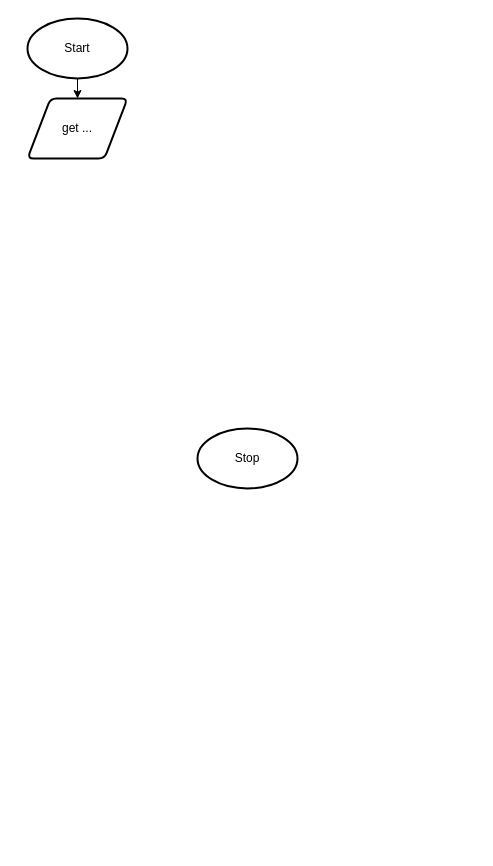
The draw.io diagram drawio/flowchart/flowchart.drawio in Aidan-Lalonde-Novales/ICS3U-Unit4-04-Python, before the edit. Source tidied: cells renumbered, new cells numbered last; positions are measured from the earlier drawing's top-left corner, leaving out a move shared by most shapes. Both pictures are drawn from the tidied source at 100%, with x=0, y=0 at pixel (27, 18).
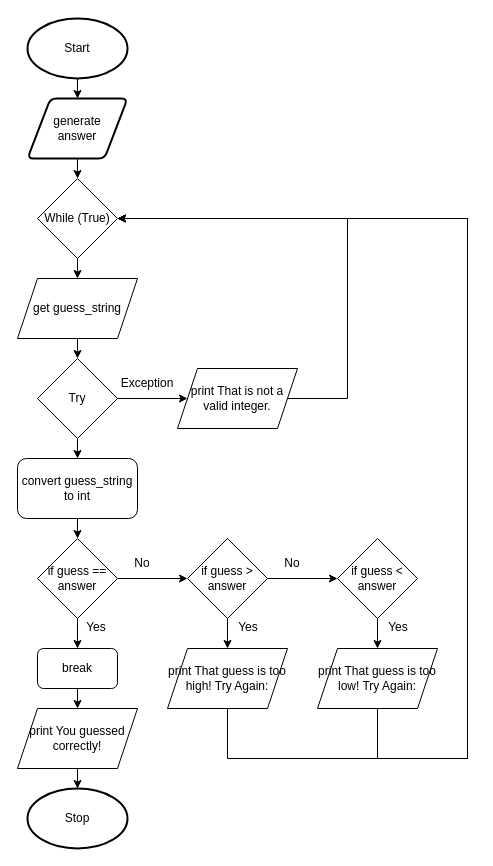
After the change.

Commit message (it also covers changes not shown here):
my work ethic is leaving me terrified

The edit, as a diff of the source:
```diff
@@
+    <mxCell id="6" style="edgeStyle=none;html=1;exitX=0.5;exitY=1;exitDx=0;exitDy=0;" parent="1" edge="1" source="4">
+      <mxGeometry relative="1" as="geometry">
+        <mxPoint x="50" y="160" as="targetPoint" />
+      </mxGeometry>
+    </mxCell>
-    <mxCell id="4" value="get ..." style="shape=parallelogram;html=1;strokeWidth=2;perimeter=parallelogramPerimeter;whiteSpace=wrap;rounded=1;arcSize=12;size=0.23;" parent="1" vertex="1">
+    <mxCell id="4" value="generate &lt;br&gt;answer" style="shape=parallelogram;html=1;strokeWidth=2;perimeter=parallelogramPerimeter;whiteSpace=wrap;rounded=1;arcSize=12;size=0.23;" parent="1" vertex="1">
       <mxGeometry y="80" width="100" height="60" as="geometry" />
     </mxCell>
     <mxCell id="5" value="Stop" style="strokeWidth=2;html=1;shape=mxgraph.flowchart.start_1;whiteSpace=wrap;" parent="1" vertex="1">
-      <mxGeometry x="170" y="410" width="100" height="60" as="geometry" />
+      <mxGeometry y="770" width="100" height="60" as="geometry" />
     </mxCell>
+    <mxCell id="7" style="edgeStyle=none;html=1;exitX=0.5;exitY=1;exitDx=0;exitDy=0;entryX=0.5;entryY=0;entryDx=0;entryDy=0;" parent="1" edge="1" source="8" target="13">
+      <mxGeometry relative="1" as="geometry" />
+    </mxCell>
+    <mxCell id="8" value="While (True)" style="rhombus;whiteSpace=wrap;html=1;" parent="1" vertex="1">
+      <mxGeometry x="10" y="160" width="80" height="80" as="geometry" />
+    </mxCell>
+    <mxCell id="9" style="edgeStyle=none;html=1;exitX=1;exitY=0.5;exitDx=0;exitDy=0;entryX=0;entryY=0.5;entryDx=0;entryDy=0;" parent="1" edge="1" source="11" target="15">
+      <mxGeometry relative="1" as="geometry" />
+    </mxCell>
+    <mxCell id="10" style="edgeStyle=none;rounded=0;html=1;exitX=0.5;exitY=1;exitDx=0;exitDy=0;entryX=0.5;entryY=0;entryDx=0;entryDy=0;" parent="1" edge="1" source="11" target="17">
+      <mxGeometry relative="1" as="geometry" />
+    </mxCell>
+    <mxCell id="11" value="Try" style="rhombus;whiteSpace=wrap;html=1;" parent="1" vertex="1">
+      <mxGeometry x="10" y="340" width="80" height="80" as="geometry" />
+    </mxCell>
+    <mxCell id="12" style="edgeStyle=none;html=1;exitX=0.5;exitY=1;exitDx=0;exitDy=0;entryX=0.5;entryY=0;entryDx=0;entryDy=0;" parent="1" edge="1" source="13" target="11">
+      <mxGeometry relative="1" as="geometry" />
+    </mxCell>
+    <mxCell id="13" value="get guess_string" style="shape=parallelogram;perimeter=parallelogramPerimeter;whiteSpace=wrap;html=1;fixedSize=1;" parent="1" vertex="1">
+      <mxGeometry x="-10" y="260" width="120" height="60" as="geometry" />
+    </mxCell>
+    <mxCell id="14" style="edgeStyle=none;html=1;exitX=1;exitY=0.5;exitDx=0;exitDy=0;entryX=1;entryY=0.5;entryDx=0;entryDy=0;rounded=0;" parent="1" edge="1" source="15" target="8">
+      <mxGeometry relative="1" as="geometry">
+        <Array as="points">
+          <mxPoint x="320" y="380" />
+          <mxPoint x="320" y="200" />
+        </Array>
+      </mxGeometry>
+    </mxCell>
+    <mxCell id="15" value="print That is not a valid integer." style="shape=parallelogram;perimeter=parallelogramPerimeter;whiteSpace=wrap;html=1;fixedSize=1;" parent="1" vertex="1">
+      <mxGeometry x="150" y="350" width="120" height="60" as="geometry" />
+    </mxCell>
+    <mxCell id="16" style="edgeStyle=none;rounded=0;html=1;exitX=0.5;exitY=1;exitDx=0;exitDy=0;entryX=0.5;entryY=0;entryDx=0;entryDy=0;" parent="1" edge="1" source="17" target="20">
+      <mxGeometry relative="1" as="geometry" />
+    </mxCell>
+    <mxCell id="17" value="convert guess_string to int" style="rounded=1;whiteSpace=wrap;html=1;" parent="1" vertex="1">
+      <mxGeometry x="-10" y="440" width="120" height="60" as="geometry" />
+    </mxCell>
+    <mxCell id="18" style="edgeStyle=none;rounded=0;html=1;exitX=0.5;exitY=1;exitDx=0;exitDy=0;entryX=0.5;entryY=0;entryDx=0;entryDy=0;" parent="1" edge="1" source="20" target="24">
+      <mxGeometry relative="1" as="geometry" />
+    </mxCell>
+    <mxCell id="19" style="edgeStyle=none;rounded=0;html=1;exitX=1;exitY=0.5;exitDx=0;exitDy=0;entryX=0;entryY=0.5;entryDx=0;entryDy=0;" parent="1" edge="1" source="20" target="28">
+      <mxGeometry relative="1" as="geometry" />
+    </mxCell>
+    <mxCell id="20" value="if guess == answer" style="rhombus;whiteSpace=wrap;html=1;" parent="1" vertex="1">
+      <mxGeometry x="10" y="520" width="80" height="80" as="geometry" />
+    </mxCell>
+    <mxCell id="21" style="edgeStyle=none;rounded=0;html=1;exitX=0.5;exitY=1;exitDx=0;exitDy=0;entryX=0.5;entryY=0;entryDx=0;entryDy=0;entryPerimeter=0;" parent="1" edge="1" source="22" target="5">
+      <mxGeometry relative="1" as="geometry" />
+    </mxCell>
+    <mxCell id="22" value="print You guessed correctly!" style="shape=parallelogram;perimeter=parallelogramPerimeter;whiteSpace=wrap;html=1;fixedSize=1;" parent="1" vertex="1">
+      <mxGeometry x="-10" y="690" width="120" height="60" as="geometry" />
+    </mxCell>
+    <mxCell id="23" style="edgeStyle=none;rounded=0;html=1;exitX=0.5;exitY=1;exitDx=0;exitDy=0;entryX=0.5;entryY=0;entryDx=0;entryDy=0;" parent="1" edge="1" source="24" target="22">
+      <mxGeometry relative="1" as="geometry" />
+    </mxCell>
+    <mxCell id="24" value="break" style="rounded=1;whiteSpace=wrap;html=1;" parent="1" vertex="1">
+      <mxGeometry x="10" y="630" width="80" height="40" as="geometry" />
+    </mxCell>
+    <mxCell id="25" value="Yes" style="text;html=1;strokeColor=none;fillColor=none;align=center;verticalAlign=middle;whiteSpace=wrap;rounded=0;" parent="1" vertex="1">
+      <mxGeometry x="54" y="594" width="30" height="30" as="geometry" />
+    </mxCell>
+    <mxCell id="26" style="edgeStyle=none;rounded=0;html=1;exitX=0.5;exitY=1;exitDx=0;exitDy=0;entryX=0.5;entryY=0;entryDx=0;entryDy=0;" parent="1" edge="1" source="28" target="31">
+      <mxGeometry relative="1" as="geometry" />
+    </mxCell>
+    <mxCell id="27" style="edgeStyle=none;rounded=0;html=1;exitX=1;exitY=0.5;exitDx=0;exitDy=0;entryX=0;entryY=0.5;entryDx=0;entryDy=0;" parent="1" edge="1" source="28" target="34">
+      <mxGeometry relative="1" as="geometry" />
+    </mxCell>
+    <mxCell id="28" value="if guess &amp;gt; answer" style="rhombus;whiteSpace=wrap;html=1;" parent="1" vertex="1">
+      <mxGeometry x="160" y="520" width="80" height="80" as="geometry" />
+    </mxCell>
+    <mxCell id="29" value="No" style="text;html=1;strokeColor=none;fillColor=none;align=center;verticalAlign=middle;whiteSpace=wrap;rounded=0;" parent="1" vertex="1">
+      <mxGeometry x="100" y="530" width="30" height="30" as="geometry" />
+    </mxCell>
+    <mxCell id="30" style="edgeStyle=none;rounded=0;html=1;exitX=0.5;exitY=1;exitDx=0;exitDy=0;entryX=1;entryY=0.5;entryDx=0;entryDy=0;" parent="1" edge="1" source="31" target="8">
+      <mxGeometry relative="1" as="geometry">
+        <Array as="points">
+          <mxPoint x="200" y="740" />
+          <mxPoint x="440" y="740" />
+          <mxPoint x="440" y="200" />
+        </Array>
+      </mxGeometry>
+    </mxCell>
+    <mxCell id="31" value="print That guess is too high! Try Again:" style="shape=parallelogram;perimeter=parallelogramPerimeter;whiteSpace=wrap;html=1;fixedSize=1;" parent="1" vertex="1">
+      <mxGeometry x="140" y="630" width="120" height="60" as="geometry" />
+    </mxCell>
+    <mxCell id="32" value="Yes" style="text;html=1;strokeColor=none;fillColor=none;align=center;verticalAlign=middle;whiteSpace=wrap;rounded=0;" parent="1" vertex="1">
+      <mxGeometry x="206" y="594" width="30" height="30" as="geometry" />
+    </mxCell>
+    <mxCell id="33" style="edgeStyle=none;rounded=0;html=1;exitX=0.5;exitY=1;exitDx=0;exitDy=0;entryX=0.5;entryY=0;entryDx=0;entryDy=0;" parent="1" edge="1" source="34" target="37">
+      <mxGeometry relative="1" as="geometry" />
+    </mxCell>
+    <mxCell id="34" value="if guess &amp;lt; answer" style="rhombus;whiteSpace=wrap;html=1;" parent="1" vertex="1">
+      <mxGeometry x="310" y="520" width="80" height="80" as="geometry" />
+    </mxCell>
+    <mxCell id="35" value="No" style="text;html=1;strokeColor=none;fillColor=none;align=center;verticalAlign=middle;whiteSpace=wrap;rounded=0;" parent="1" vertex="1">
+      <mxGeometry x="250" y="530" width="30" height="30" as="geometry" />
+    </mxCell>
+    <mxCell id="36" style="edgeStyle=none;rounded=0;html=1;exitX=0.5;exitY=1;exitDx=0;exitDy=0;entryX=1;entryY=0.5;entryDx=0;entryDy=0;" parent="1" edge="1" source="37" target="8">
+      <mxGeometry relative="1" as="geometry">
+        <Array as="points">
+          <mxPoint x="350" y="740" />
+          <mxPoint x="440" y="740" />
+          <mxPoint x="440" y="200" />
+        </Array>
+      </mxGeometry>
+    </mxCell>
+    <mxCell id="37" value="print That guess is too low! Try Again:" style="shape=parallelogram;perimeter=parallelogramPerimeter;whiteSpace=wrap;html=1;fixedSize=1;" parent="1" vertex="1">
+      <mxGeometry x="290" y="630" width="120" height="60" as="geometry" />
+    </mxCell>
+    <mxCell id="38" value="Yes" style="text;html=1;strokeColor=none;fillColor=none;align=center;verticalAlign=middle;whiteSpace=wrap;rounded=0;" parent="1" vertex="1">
+      <mxGeometry x="356" y="594" width="30" height="30" as="geometry" />
+    </mxCell>
+    <mxCell id="39" value="Exception" style="text;html=1;strokeColor=none;fillColor=none;align=center;verticalAlign=middle;whiteSpace=wrap;rounded=0;" parent="1" vertex="1">
+      <mxGeometry x="90" y="350" width="60" height="30" as="geometry" />
+    </mxCell>
```
